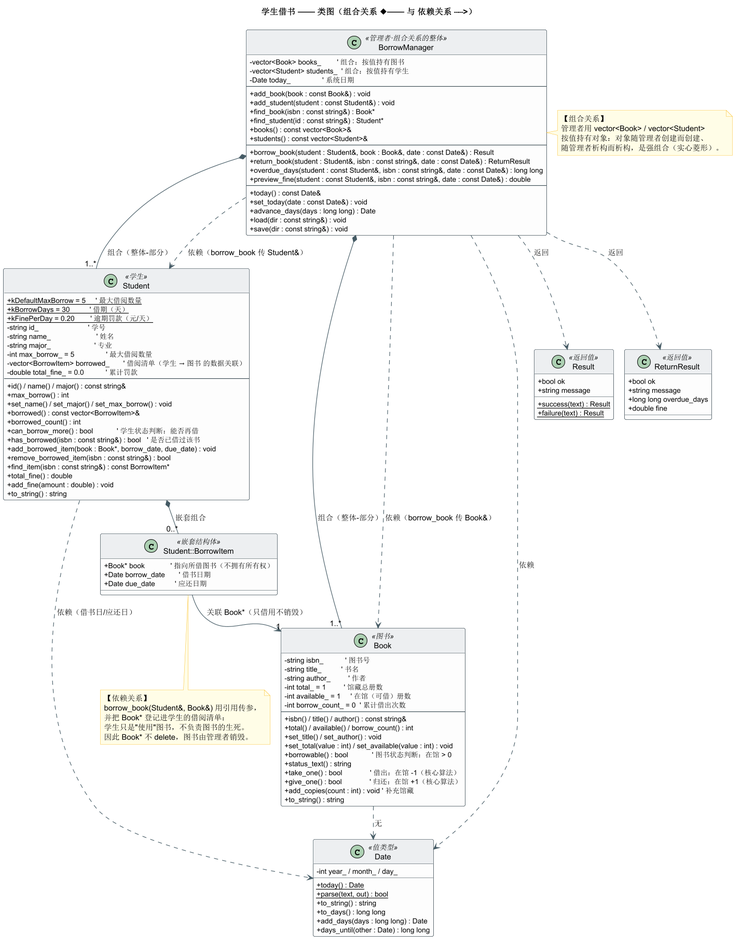
Earlier version of the PlantUML export docs/uml/img/borrow-class-diagram.png (caZengines/library-management-system).
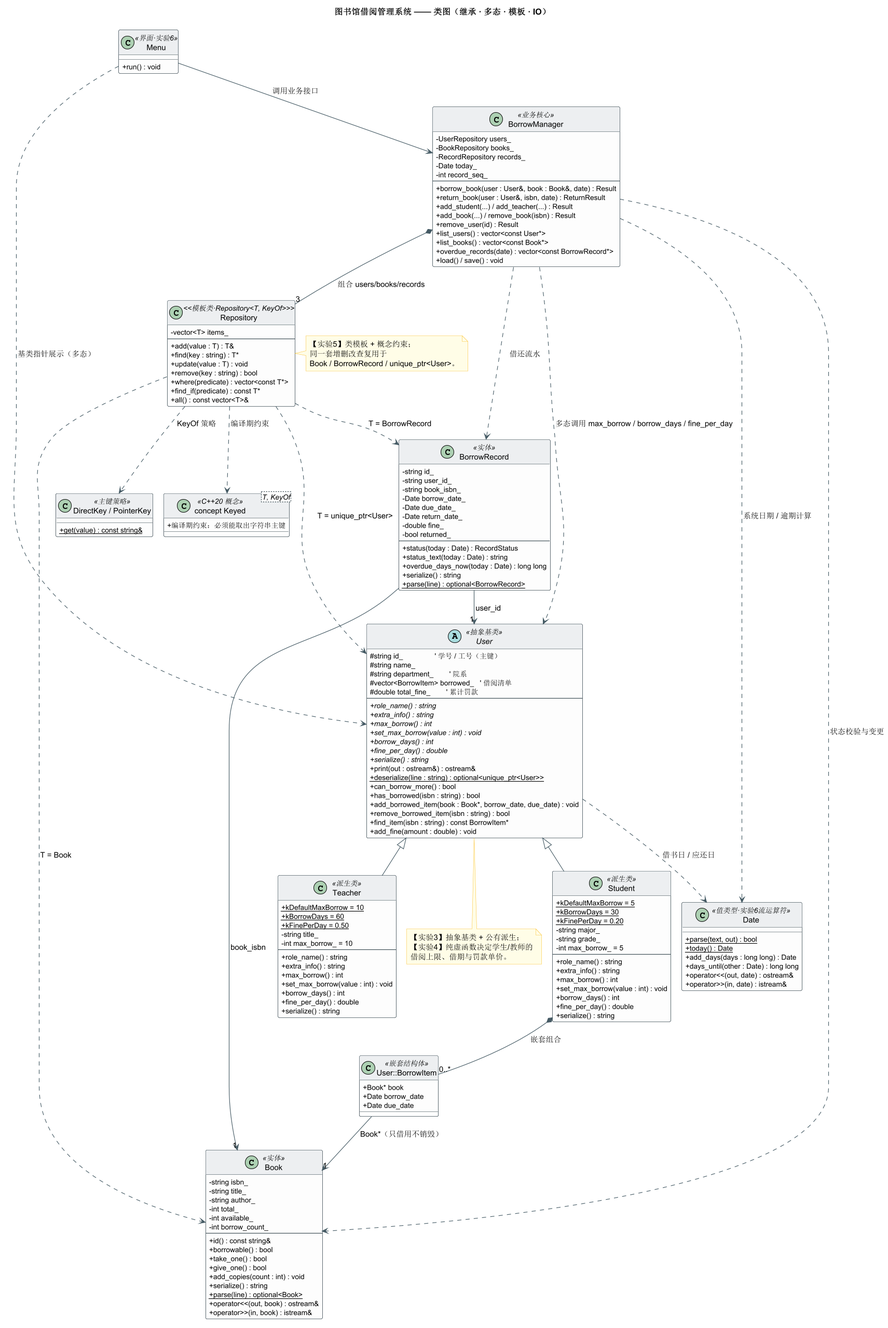
The same file after the commit.

Change to the diagram source:
```diff
@@ -1,4 +1,4 @@
-@startuml 学生借书-类图
+@startuml 图书馆借阅管理系统-类图
 !pragma layout smetana
 skinparam dpi 110
 skinparam classAttributeIconSize 0
@@ -19,135 +19,192 @@
   BorderColor #FBC02D
 }
 
-title 学生借书 —— 类图（组合关系 ◆—— 与 依赖关系 ┄┄>）
+title 图书馆借阅管理系统 —— 类图（继承 · 多态 · 模板 · IO）
 
-class BorrowManager <<管理者·组合关系的整体>> {
-  - vector<Book> books_        ' 组合：按值持有图书
-  - vector<Student> students_  ' 组合：按值持有学生
-  - Date today_                ' 系统日期
+abstract class User <<抽象基类>> {
+  # string id_                ' 学号 / 工号（主键）
+  # string name_
+  # string department_        ' 院系
+  # vector<BorrowItem> borrowed_   ' 借阅清单
+  # double total_fine_        ' 累计罚款
   --
-  + add_book(book : const Book&) : void
-  + add_student(student : const Student&) : void
-  + find_book(isbn : const string&) : Book*
-  + find_student(id : const string&) : Student*
-  + books() : const vector<Book>&
-  + students() : const vector<Student>&
-  --
-  + borrow_book(student : Student&, book : Book&, date : const Date&) : Result
-  + return_book(student : Student&, isbn : const string&, date : const Date&) : ReturnResult
-  + overdue_days(student : const Student&, isbn : const string&, date : const Date&) : long long
-  + preview_fine(student : const Student&, isbn : const string&, date : const Date&) : double
-  --
-  + today() : const Date&
-  + set_today(date : const Date&) : void
-  + advance_days(days : long long) : Date
-  + load(dir : const string&) : void
-  + save(dir : const string&) : void
+  + {abstract} role_name() : string
+  + {abstract} extra_info() : string
+  + {abstract} max_borrow() : int
+  + {abstract} set_max_borrow(value : int) : void
+  + {abstract} borrow_days() : int
+  + {abstract} fine_per_day() : double
+  + {abstract} serialize() : string
+  + print(out : ostream&) : ostream&
+  + {static} deserialize(line : string) : optional<unique_ptr<User>>
+  + can_borrow_more() : bool
+  + has_borrowed(isbn : string) : bool
+  + add_borrowed_item(book : Book*, borrow_date, due_date) : void
+  + remove_borrowed_item(isbn : string) : bool
+  + find_item(isbn : string) : const BorrowItem*
+  + add_fine(amount : double) : void
 }
 
-class Student <<学生>> {
-  + {static} kDefaultMaxBorrow = 5     ' 最大借阅数量
-  + {static} kBorrowDays = 30          ' 借期（天）
-  + {static} kFinePerDay = 0.20        ' 逾期罚款（元/天）
-  - string id_                         ' 学号
-  - string name_                       ' 姓名
-  - string major_                      ' 专业
-  - int max_borrow_ = 5                ' 最大借阅数量
-  - vector<BorrowItem> borrowed_       ' 借阅清单（学生 → 图书 的数据关联）
-  - double total_fine_ = 0.0           ' 累计罚款
-  --
-  + id() / name() / major() : const string&
-  + max_borrow() : int
-  + set_name() / set_major() / set_max_borrow() : void
-  + borrowed() : const vector<BorrowItem>&
-  + borrowed_count() : int
-  + can_borrow_more() : bool            ' 学生状态判断：能否再借
-  + has_borrowed(isbn : const string&) : bool   ' 是否已借过该书
-  + add_borrowed_item(book : Book*, borrow_date, due_date) : void
-  + remove_borrowed_item(isbn : const string&) : bool
-  + find_item(isbn : const string&) : const BorrowItem*
-  + total_fine() : double
-  + add_fine(amount : double) : void
-  + to_string() : string
+class "User::BorrowItem" as BorrowItem <<嵌套结构体>> {
+  + Book* book
+  + Date borrow_date
+  + Date due_date
 }
 
-class "Student::BorrowItem" as BorrowItem <<嵌套结构体>> {
-  + Book* book             ' 指向所借图书（不拥有所有权）
-  + Date borrow_date       ' 借书日期
-  + Date due_date          ' 应还日期
+class Student <<派生类>> {
+  + {static} kDefaultMaxBorrow = 5
+  + {static} kBorrowDays = 30
+  + {static} kFinePerDay = 0.20
+  - string major_
+  - string grade_
+  - int max_borrow_ = 5
+  --
+  + role_name() : string
+  + extra_info() : string
+  + max_borrow() : int
+  + set_max_borrow(value : int) : void
+  + borrow_days() : int
+  + fine_per_day() : double
+  + serialize() : string
 }
 
-class Book <<图书>> {
-  - string isbn_           ' 图书号
-  - string title_          ' 书名
-  - string author_         ' 作者
-  - int total_ = 1         ' 馆藏总册数
-  - int available_ = 1     ' 在馆（可借）册数
-  - int borrow_count_ = 0  ' 累计借出次数
+class Teacher <<派生类>> {
+  + {static} kDefaultMaxBorrow = 10
+  + {static} kBorrowDays = 60
+  + {static} kFinePerDay = 0.50
+  - string title_
+  - int max_borrow_ = 10
   --
-  + isbn() / title() / author() : const string&
-  + total() / available() / borrow_count() : int
-  + set_title() / set_author() : void
-  + set_total(value : int) / set_available(value : int) : void
-  + borrowable() : bool            ' 图书状态判断：在馆 > 0
-  + status_text() : string
-  + take_one() : bool              ' 借出：在馆 -1（核心算法）
-  + give_one() : bool              ' 归还：在馆 +1（核心算法）
-  + add_copies(count : int) : void ' 补充馆藏
-  + to_string() : string
+  + role_name() : string
+  + extra_info() : string
+  + max_borrow() : int
+  + set_max_borrow(value : int) : void
+  + borrow_days() : int
+  + fine_per_day() : double
+  + serialize() : string
 }
 
-class Date <<值类型>> {
-  - int year_ / month_ / day_
+class Book <<实体>> {
+  - string isbn_
+  - string title_
+  - string author_
+  - int total_
+  - int available_
+  - int borrow_count_
+  --
+  + id() : const string&
+  + borrowable() : bool
+  + take_one() : bool
+  + give_one() : bool
+  + add_copies(count : int) : void
+  + serialize() : string
+  + {static} parse(line) : optional<Book>
+  + operator<<(out, book) : ostream&
+  + operator>>(in, book) : istream&
+}
+
+class BorrowRecord <<实体>> {
+  - string id_
+  - string user_id_
+  - string book_isbn_
+  - Date borrow_date_
+  - Date due_date_
+  - Date return_date_
+  - double fine_
+  - bool returned_
+  --
+  + status(today : Date) : RecordStatus
+  + status_text(today : Date) : string
+  + overdue_days_now(today : Date) : long long
+  + serialize() : string
+  + {static} parse(line) : optional<BorrowRecord>
+}
+
+class Date <<值类型·实验6流运算符>> {
+  + {static} parse(text, out) : bool
   + {static} today() : Date
-  + {static} parse(text, out) : bool
-  + to_string() : string
-  + to_days() : long long
   + add_days(days : long long) : Date
   + days_until(other : Date) : long long
+  + operator<<(out, date) : ostream&
+  + operator>>(in, date) : istream&
 }
 
-class Result <<返回值>> {
-  + bool ok
-  + string message
-  + {static} success(text) : Result
-  + {static} failure(text) : Result
+class Repository <<模板类·Repository<T, KeyOf>>> {
+  - vector<T> items_
+  --
+  + add(value : T) : T&
+  + find(key : string) : T*
+  + update(value : T) : void
+  + remove(key : string) : bool
+  + where(predicate) : vector<const T*>
+  + find_if(predicate) : const T*
+  + all() : const vector<T>&
 }
 
-class ReturnResult <<返回值>> {
-  + bool ok
-  + string message
-  + long long overdue_days
-  + double fine
+class "DirectKey / PointerKey" as KeyPolicy <<主键策略>> {
+  + {static} get(value) : const string&
 }
 
-BorrowManager *-- "1..*" Book : 组合（整体-部分）
-BorrowManager *-- "1..*" Student : 组合（整体-部分）
+class "concept Keyed<T, KeyOf>" as Keyed <<C++20 概念>> {
+  + 编译期约束：必须能取出字符串主键
+}
 
+class BorrowManager <<业务核心>> {
+  - UserRepository users_
+  - BookRepository books_
+  - RecordRepository records_
+  - Date today_
+  - int record_seq_
+  --
+  + borrow_book(user : User&, book : Book&, date) : Result
+  + return_book(user : User&, isbn, date) : ReturnResult
+  + add_student(...) / add_teacher(...) : Result
+  + add_book(...) / remove_book(isbn) : Result
+  + remove_user(id) : Result
+  + list_users() : vector<const User*>
+  + list_books() : vector<const Book*>
+  + overdue_records(date) : vector<const BorrowRecord*>
+  + load() / save() : void
+}
+
+class Menu <<界面·实验6>> {
+  + run() : void
+}
+
+User <|-- Student
+User <|-- Teacher
 Student *-- "0..*" BorrowItem : 嵌套组合
+BorrowItem --> "1" Book : Book*（只借用不销毁）
+User ..> Date : 借书日 / 应还日
 
-BorrowItem --> "1" Book : 关联 Book*（只借用不销毁）
-BorrowManager ..> Book : 依赖（borrow_book 传 Book&）
-BorrowManager ..> Student : 依赖（borrow_book 传 Student&）
-BorrowManager ..> Date : 依赖
-BorrowManager ..> Result : 返回
-BorrowManager ..> ReturnResult : 返回
-Student ..> Date : 依赖（借书日/应还日）
-Book ..> Date : 无
+BorrowManager *-- "3" Repository : 组合 users/books/records
+BorrowManager ..> User : 多态调用 max_borrow / borrow_days / fine_per_day
+BorrowManager ..> Book : 状态校验与变更
+BorrowManager ..> BorrowRecord : 借还流水
+BorrowManager ..> Date : 系统日期 / 逾期计算
 
-note right of BorrowManager
-  【组合关系】
-  管理者用 vector<Book> / vector<Student>
-  按值持有对象：对象随管理者创建而创建、
-  随管理者析构而析构，是强组合（实心菱形）。
+Repository ..> KeyPolicy : KeyOf 策略
+Repository ..> Keyed : 编译期约束
+Repository ..> User : T = unique_ptr<User>
+Repository ..> Book : T = Book
+Repository ..> BorrowRecord : T = BorrowRecord
+
+BorrowRecord --> "1" User : user_id
+BorrowRecord --> "1" Book : book_isbn
+
+Menu --> BorrowManager : 调用业务接口
+Menu ..> User : 基类指针展示（多态）
+
+note bottom of User
+  【实验3】抽象基类 + 公有派生；
+  【实验4】纯虚函数决定学生/教师的
+  借阅上限、借期与罚款单价。
 end note
 
-note bottom of BorrowItem
-  【依赖关系】
-  borrow_book(Student&, Book&) 用引用传参，
-  并把 Book* 登记进学生的借阅清单：
-  学生只是"使用"图书，不负责图书的生死。
-  因此 Book* 不 delete，图书由管理者销毁。
+note right of Repository
+  【实验5】类模板 + 概念约束；
+  同一套增删改查复用于
+  Book / BorrowRecord / unique_ptr<User>。
 end note
 
 @enduml
```
